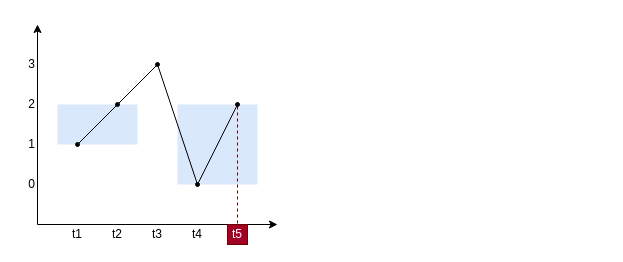
ledongthuc/notes keeps this draw.io diagram as page "Page-5" (5 of 5) of leetcode/best-time-to-buy-and-sell-stock-with-cooldown/BestTimeToBuyAndSellStockWithCooldown.drawio. Above is the earlier version. Source tidied: cells renumbered, new cells numbered last; positions are measured from the earlier drawing's top-left corner, leaving out a move shared by most shapes. Both pictures are drawn from the tidied source at 100%, with x=0, y=0 at pixel (17, 24).
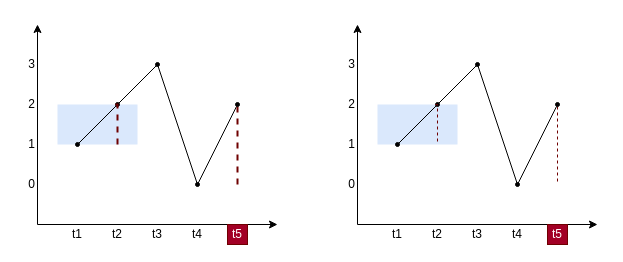
After the change.

Commit message (it also covers changes not shown here):
Update leetcode best-time-to-buy-and-sell-stock-with-cooldown

The change refers to these unchanged cells:
```xml
<mxCell id="2" style="group;" parent="1" vertex="1">
  <mxGeometry width="260" height="220" as="geometry" />
</mxCell>
<mxCell id="3" style="rounded=0;whiteSpace=wrap;html=1;fillColor=#dae8fc;align=center;strokeColor=none;" parent="2" vertex="1">
  <mxGeometry x="40" y="80" width="80" height="40" as="geometry" />
</mxCell>
<mxCell id="19" value="t5" style="text;html=1;strokeColor=#6F0000;fillColor=#a20025;align=center;verticalAlign=middle;whiteSpace=wrap;rounded=0;fontColor=#ffffff;" parent="2" vertex="1">
  <mxGeometry x="210" y="200" width="20" height="20" as="geometry" />
</mxCell>
<mxCell id="24" style="ellipse;whiteSpace=wrap;html=1;align=center;fillColor=#000000;" parent="2" vertex="1">
  <mxGeometry x="218" y="78" width="4" height="4" as="geometry" />
</mxCell>
<mxCell id="26" style="ellipse;whiteSpace=wrap;html=1;align=center;fillColor=#000000;" parent="2" vertex="1">
  <mxGeometry x="98" y="78" width="4" height="4" as="geometry" />
</mxCell>
```

Change to the diagram source:
```diff
@@
-    <mxCell id="4" style="rounded=0;whiteSpace=wrap;html=1;fillColor=#dae8fc;align=center;strokeColor=none;" parent="2" vertex="1">
-      <mxGeometry x="160" y="80" width="80" height="80" as="geometry" />
-    </mxCell>
@@
-    <mxCell id="23" style="edgeStyle=orthogonalEdgeStyle;rounded=0;jettySize=auto;html=1;dashed=1;endArrow=none;endFill=0;fontColor=#000000;entryX=0.5;entryY=0;entryDx=0;entryDy=0;fillColor=#a20025;strokeColor=#6F0000;" parent="2" edge="1" source="24" target="19">
-      <mxGeometry relative="1" as="geometry" />
+    <mxCell id="23" style="edgeStyle=orthogonalEdgeStyle;rounded=0;jettySize=auto;html=1;dashed=1;endArrow=none;endFill=0;fontColor=#000000;fillColor=#a20025;strokeColor=#6F0000;strokeWidth=2;" parent="2" edge="1" source="24">
+      <mxGeometry relative="1" as="geometry">
+        <mxPoint x="220" y="160" as="targetPoint" />
+      </mxGeometry>
     </mxCell>
@@
+    <mxCell id="27" style="edgeStyle=orthogonalEdgeStyle;rounded=0;jettySize=auto;html=1;dashed=1;endArrow=none;endFill=0;fontColor=#000000;fillColor=#a20025;strokeColor=#6F0000;exitX=0;exitY=0.5;exitDx=0;exitDy=0;entryX=0.75;entryY=1;entryDx=0;entryDy=0;strokeWidth=2;" parent="2" edge="1" source="26" target="3">
+      <mxGeometry relative="1" as="geometry">
+        <Array as="points">
+          <mxPoint x="100" y="80" />
+        </Array>
+      </mxGeometry>
+    </mxCell>
+    <mxCell id="28" style="group;" parent="1" vertex="1">
+      <mxGeometry x="320" width="260" height="220" as="geometry" />
+    </mxCell>
+    <mxCell id="29" style="rounded=0;whiteSpace=wrap;html=1;fillColor=#dae8fc;align=center;strokeColor=none;" parent="28" vertex="1">
+      <mxGeometry x="40" y="80" width="80" height="40" as="geometry" />
+    </mxCell>
+    <mxCell id="30" style="endArrow=classic;html=1;" parent="28" edge="1">
+      <mxGeometry relative="1" as="geometry">
+        <mxPoint x="20" y="200" as="sourcePoint" />
+        <mxPoint x="20" as="targetPoint" />
+      </mxGeometry>
+    </mxCell>
+    <mxCell id="31" style="endArrow=classic;html=1;" parent="28" edge="1">
+      <mxGeometry relative="1" as="geometry">
+        <mxPoint x="20" y="200" as="sourcePoint" />
+        <mxPoint x="260" y="200" as="targetPoint" />
+      </mxGeometry>
+    </mxCell>
+    <mxCell id="32" style="endArrow=none;html=1;" parent="28" edge="1">
+      <mxGeometry relative="1" as="geometry">
+        <mxPoint x="60" y="120" as="sourcePoint" />
+        <mxPoint x="100" y="80" as="targetPoint" />
+      </mxGeometry>
+    </mxCell>
+    <mxCell id="33" style="endArrow=none;html=1;" parent="28" edge="1">
+      <mxGeometry relative="1" as="geometry">
+        <mxPoint x="100" y="80" as="sourcePoint" />
+        <mxPoint x="140" y="40" as="targetPoint" />
+      </mxGeometry>
+    </mxCell>
+    <mxCell id="34" style="endArrow=none;html=1;" parent="28" edge="1">
+      <mxGeometry relative="1" as="geometry">
+        <mxPoint x="140" y="40" as="sourcePoint" />
+        <mxPoint x="180" y="160" as="targetPoint" />
+      </mxGeometry>
+    </mxCell>
+    <mxCell id="35" style="endArrow=none;html=1;" parent="28" edge="1" source="49">
+      <mxGeometry relative="1" as="geometry">
+        <mxPoint x="180" y="160" as="targetPoint" />
+      </mxGeometry>
+    </mxCell>
+    <mxCell id="36" value="1" style="text;html=1;strokeColor=none;fillColor=none;align=right;verticalAlign=middle;whiteSpace=wrap;rounded=0;" parent="28" vertex="1">
+      <mxGeometry y="110" width="20" height="20" as="geometry" />
+    </mxCell>
+    <mxCell id="37" value="0" style="text;html=1;strokeColor=none;fillColor=none;align=right;verticalAlign=middle;whiteSpace=wrap;rounded=0;" parent="28" vertex="1">
+      <mxGeometry y="150" width="20" height="20" as="geometry" />
+    </mxCell>
+    <mxCell id="38" value="2" style="text;html=1;strokeColor=none;fillColor=none;align=right;verticalAlign=middle;whiteSpace=wrap;rounded=0;" parent="28" vertex="1">
+      <mxGeometry y="70" width="20" height="20" as="geometry" />
+    </mxCell>
+    <mxCell id="39" value="3" style="text;html=1;strokeColor=none;fillColor=none;align=right;verticalAlign=middle;whiteSpace=wrap;rounded=0;" parent="28" vertex="1">
+      <mxGeometry y="30" width="20" height="20" as="geometry" />
+    </mxCell>
+    <mxCell id="40" value="t1" style="text;html=1;strokeColor=none;fillColor=none;align=center;verticalAlign=middle;whiteSpace=wrap;rounded=0;" parent="28" vertex="1">
+      <mxGeometry x="50" y="200" width="20" height="20" as="geometry" />
+    </mxCell>
+    <mxCell id="41" value="t2" style="text;html=1;strokeColor=none;fillColor=none;align=center;verticalAlign=middle;whiteSpace=wrap;rounded=0;" parent="28" vertex="1">
+      <mxGeometry x="90" y="200" width="20" height="20" as="geometry" />
+    </mxCell>
+    <mxCell id="42" value="t3" style="text;html=1;strokeColor=none;fillColor=none;align=center;verticalAlign=middle;whiteSpace=wrap;rounded=0;" parent="28" vertex="1">
+      <mxGeometry x="130" y="200" width="20" height="20" as="geometry" />
+    </mxCell>
+    <mxCell id="43" value="t4" style="text;html=1;strokeColor=none;fillColor=none;align=center;verticalAlign=middle;whiteSpace=wrap;rounded=0;" parent="28" vertex="1">
+      <mxGeometry x="170" y="200" width="20" height="20" as="geometry" />
+    </mxCell>
+    <mxCell id="44" value="t5" style="text;html=1;strokeColor=#6F0000;fillColor=#a20025;align=center;verticalAlign=middle;whiteSpace=wrap;rounded=0;fontColor=#ffffff;" parent="28" vertex="1">
+      <mxGeometry x="210" y="200" width="20" height="20" as="geometry" />
+    </mxCell>
+    <mxCell id="45" style="ellipse;whiteSpace=wrap;html=1;align=center;fillColor=#000000;" parent="28" vertex="1">
+      <mxGeometry x="58" y="118" width="4" height="4" as="geometry" />
+    </mxCell>
+    <mxCell id="46" style="ellipse;whiteSpace=wrap;html=1;align=center;fillColor=#000000;" parent="28" vertex="1">
+      <mxGeometry x="138" y="38" width="4" height="4" as="geometry" />
+    </mxCell>
+    <mxCell id="47" style="ellipse;whiteSpace=wrap;html=1;align=center;fillColor=#000000;" parent="28" vertex="1">
+      <mxGeometry x="178" y="158" width="4" height="4" as="geometry" />
+    </mxCell>
+    <mxCell id="48" style="edgeStyle=orthogonalEdgeStyle;rounded=0;jettySize=auto;html=1;dashed=1;endArrow=none;endFill=0;fontColor=#000000;fillColor=#a20025;strokeColor=#6F0000;" parent="28" edge="1" source="49">
+      <mxGeometry relative="1" as="geometry">
+        <mxPoint x="220" y="160" as="targetPoint" />
+      </mxGeometry>
+    </mxCell>
+    <mxCell id="49" style="ellipse;whiteSpace=wrap;html=1;align=center;fillColor=#000000;" parent="28" vertex="1">
+      <mxGeometry x="218" y="78" width="4" height="4" as="geometry" />
+    </mxCell>
+    <mxCell id="50" style="endArrow=none;html=1;" parent="28" edge="1" target="49">
+      <mxGeometry relative="1" as="geometry">
+        <mxPoint x="220" y="80" as="sourcePoint" />
+      </mxGeometry>
+    </mxCell>
+    <mxCell id="51" style="ellipse;whiteSpace=wrap;html=1;align=center;fillColor=#000000;" parent="28" vertex="1">
+      <mxGeometry x="98" y="78" width="4" height="4" as="geometry" />
+    </mxCell>
+    <mxCell id="52" style="edgeStyle=orthogonalEdgeStyle;rounded=0;jettySize=auto;html=1;dashed=1;endArrow=none;endFill=0;fontColor=#000000;fillColor=#a20025;strokeColor=#6F0000;exitX=0;exitY=0.5;exitDx=0;exitDy=0;entryX=0.75;entryY=1;entryDx=0;entryDy=0;" parent="28" edge="1" source="51" target="29">
+      <mxGeometry relative="1" as="geometry">
+        <Array as="points">
+          <mxPoint x="100" y="80" />
+        </Array>
+      </mxGeometry>
+    </mxCell>
```
